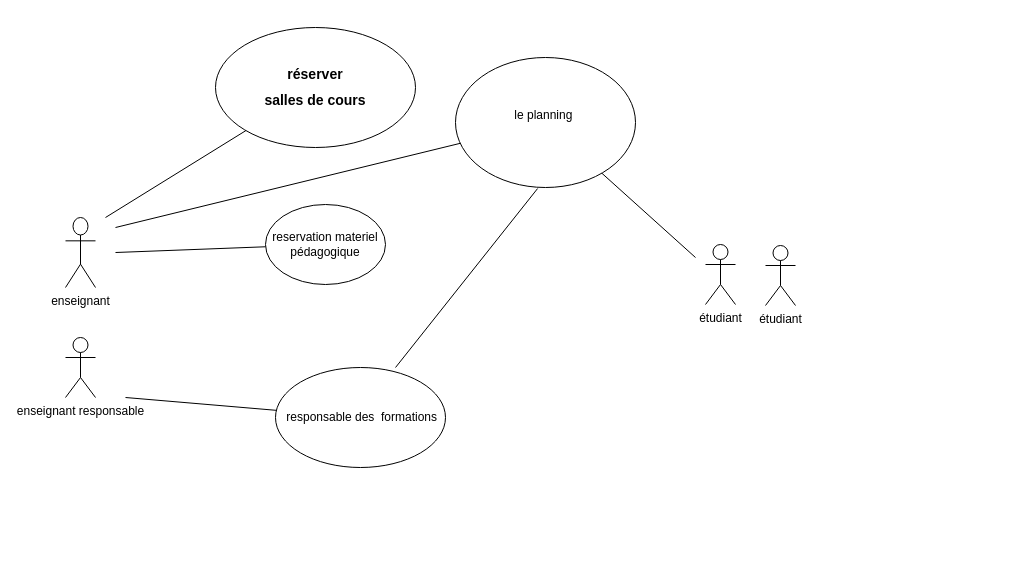
Earlier version of the draw.io diagram Diagramme sans nom.drawio (djn-web/djn-web). Source tidied: cells renumbered, new cells numbered last; positions are measured from the earlier drawing's top-left corner, leaving out a move shared by most shapes. Both pictures are drawn from the tidied source at 100%, with x=0, y=0 at pixel (65, 27).
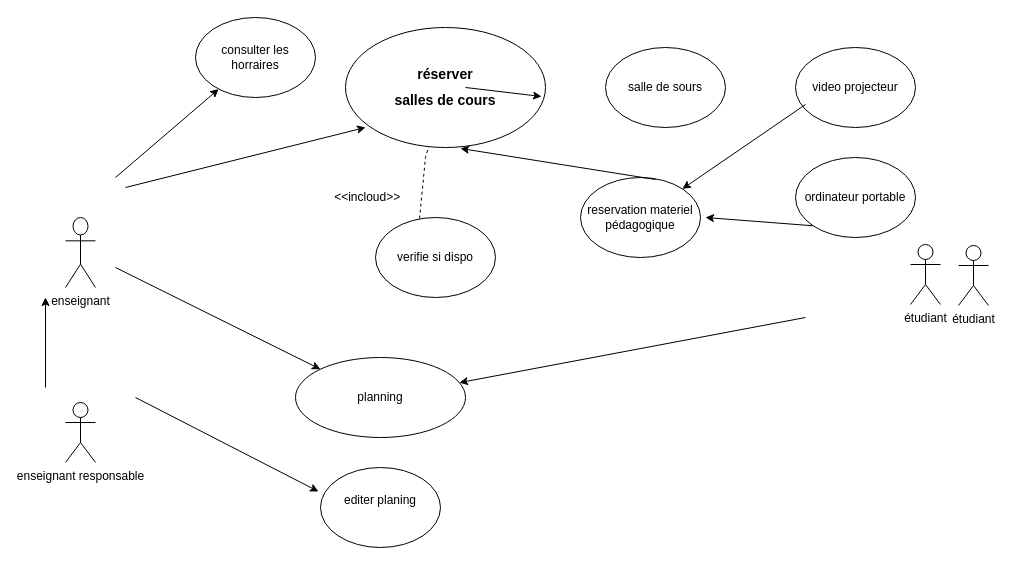
Above is the later version.

Commit message:
Mettre à jour Diagramme sans nom.drawio

The edit, as a diff of the source:
```diff
@@
     <mxCell id="3" value="étudiant " style="shape=umlActor;verticalLabelPosition=bottom;verticalAlign=top;html=1;" parent="1" vertex="1">
-      <mxGeometry x="640" y="217" width="30" height="60" as="geometry" />
+      <mxGeometry x="845" y="217" width="30" height="60" as="geometry" />
     </mxCell>
     <mxCell id="4" value="étudiant " style="shape=umlActor;verticalLabelPosition=bottom;verticalAlign=top;html=1;" parent="1" vertex="1">
-      <mxGeometry x="700" y="218" width="30" height="60" as="geometry" />
+      <mxGeometry x="893" y="218" width="30" height="60" as="geometry" />
     </mxCell>
@@
     <mxCell id="6" value="&lt;h1 style=&quot;font-size: 14px;&quot;&gt;&lt;font style=&quot;font-size: 14px;&quot; face=&quot;Helvetica&quot;&gt;réserver &lt;br&gt;&lt;/font&gt;&lt;/h1&gt;&lt;h1 style=&quot;font-size: 14px;&quot;&gt;&lt;font style=&quot;font-size: 14px;&quot; face=&quot;G7mMHXs2J9Hv7BV88-Xc&quot;&gt;salles de cours&lt;/font&gt;&lt;/h1&gt;" style="ellipse;whiteSpace=wrap;html=1;" parent="1" vertex="1">
-      <mxGeometry x="150" width="200" height="120" as="geometry" />
+      <mxGeometry x="280" width="200" height="120" as="geometry" />
     </mxCell>
     <mxCell id="7" value="reservation materiel pédagogique " style="ellipse;whiteSpace=wrap;html=1;" parent="1" vertex="1">
-      <mxGeometry x="200" y="177" width="120" height="80" as="geometry" />
+      <mxGeometry x="515" y="150" width="120" height="80" as="geometry" />
     </mxCell>
-    <mxCell id="8" value="&lt;div&gt;le planning&amp;nbsp;&lt;/div&gt;&lt;div&gt;&lt;br&gt; &lt;/div&gt;" style="ellipse;whiteSpace=wrap;html=1;" parent="1" vertex="1">
-      <mxGeometry x="390" y="30" width="180" height="130" as="geometry" />
-    </mxCell>
-    <mxCell id="9" value="&lt;div&gt;&amp;nbsp;responsable des&amp;nbsp; formations&lt;/div&gt;" style="ellipse;whiteSpace=wrap;html=1;" parent="1" vertex="1">
-      <mxGeometry x="210" y="340" width="170" height="100" as="geometry" />
-    </mxCell>
-    <mxCell id="10" style="endArrow=none;html=1;rounded=0;" parent="1" edge="1" target="6">
-      <mxGeometry relative="1" as="geometry">
-        <mxPoint x="40" y="190" as="sourcePoint" />
-      </mxGeometry>
-    </mxCell>
-    <mxCell id="11" style="endArrow=none;html=1;rounded=0;" parent="1" edge="1" target="7">
-      <mxGeometry relative="1" as="geometry">
-        <mxPoint x="50" y="225" as="sourcePoint" />
-      </mxGeometry>
-    </mxCell>
-    <mxCell id="12" style="endArrow=none;html=1;rounded=0;" parent="1" edge="1" target="8">
-      <mxGeometry relative="1" as="geometry">
-        <mxPoint x="630" y="230" as="sourcePoint" />
-      </mxGeometry>
-    </mxCell>
-    <mxCell id="13" style="endArrow=none;html=1;rounded=0;" parent="1" edge="1" source="9">
-      <mxGeometry relative="1" as="geometry">
-        <mxPoint x="60" y="370" as="targetPoint" />
-      </mxGeometry>
-    </mxCell>
-    <mxCell id="14" style="endArrow=none;html=1;rounded=0;" parent="1" edge="1" target="8">
-      <mxGeometry relative="1" as="geometry">
-        <mxPoint x="50" y="200" as="sourcePoint" />
-      </mxGeometry>
-    </mxCell>
     <mxCell id="15" value="enseignant responsable" style="shape=umlActor;verticalLabelPosition=bottom;verticalAlign=top;html=1;" parent="1" vertex="1">
-      <mxGeometry y="310" width="30" height="60" as="geometry" />
+      <mxGeometry y="375" width="30" height="60" as="geometry" />
     </mxCell>
-    <mxCell id="16" style="endArrow=none;html=1;rounded=0;exitX=0.706;exitY=0;exitDx=0;exitDy=0;exitPerimeter=0;entryX=0.456;entryY=1.008;entryDx=0;entryDy=0;entryPerimeter=0;" parent="1" edge="1" source="9" target="8">
-      <mxGeometry relative="1" as="geometry" />
-    </mxCell>
+    <mxCell id="17" style="endArrow=classic;html=1;rounded=0;exitX=0.625;exitY=0.025;exitDx=0;exitDy=0;exitPerimeter=0;entryX=0.575;entryY=1.008;entryDx=0;entryDy=0;entryPerimeter=0;" parent="1" edge="1" source="7" target="6">
+      <mxGeometry relative="1" as="geometry" />
+    </mxCell>
+    <mxCell id="18" style="endArrow=classic;html=1;rounded=0;entryX=0.98;entryY=0.575;entryDx=0;entryDy=0;entryPerimeter=0;" parent="1" edge="1" target="6">
+      <mxGeometry relative="1" as="geometry">
+        <mxPoint x="400" y="60" as="sourcePoint" />
+      </mxGeometry>
+    </mxCell>
+    <mxCell id="19" style="endArrow=classic;html=1;rounded=0;entryX=0.1;entryY=0.833;entryDx=0;entryDy=0;entryPerimeter=0;" parent="1" edge="1" target="6">
+      <mxGeometry relative="1" as="geometry">
+        <mxPoint x="60" y="160" as="sourcePoint" />
+      </mxGeometry>
+    </mxCell>
+    <mxCell id="20" value="salle de sours" style="ellipse;whiteSpace=wrap;html=1;" parent="1" vertex="1">
+      <mxGeometry x="540" y="20" width="120" height="80" as="geometry" />
+    </mxCell>
+    <mxCell id="21" value="planning " style="ellipse;whiteSpace=wrap;html=1;" parent="1" vertex="1">
+      <mxGeometry x="230" y="330" width="170" height="80" as="geometry" />
+    </mxCell>
+    <mxCell id="22" style="endArrow=none;dashed=1;html=1;rounded=0;exitX=0.367;exitY=0.013;exitDx=0;exitDy=0;exitPerimeter=0;" parent="1" edge="1" source="34" target="6">
+      <mxGeometry relative="1" as="geometry">
+        <Array as="points">
+          <mxPoint x="360" y="130" />
+        </Array>
+      </mxGeometry>
+    </mxCell>
+    <mxCell id="23" value="&amp;lt;&amp;lt;incloud&amp;gt;&amp;gt;&amp;nbsp;&amp;nbsp;&amp;nbsp;&amp;nbsp;&amp;nbsp; " style="text;html=1;align=center;verticalAlign=middle;strokeColor=none;fillColor=none;" parent="1" vertex="1">
+      <mxGeometry x="255" y="155" width="110" height="30" as="geometry" />
+    </mxCell>
+    <mxCell id="24" style="endArrow=classic;html=1;rounded=0;entryX=0;entryY=0;entryDx=0;entryDy=0;" parent="1" edge="1" target="21">
+      <mxGeometry relative="1" as="geometry">
+        <mxPoint x="50" y="240" as="sourcePoint" />
+      </mxGeometry>
+    </mxCell>
+    <mxCell id="25" style="endArrow=classic;html=1;rounded=0;" parent="1" edge="1" target="21">
+      <mxGeometry relative="1" as="geometry">
+        <mxPoint x="740" y="290" as="sourcePoint" />
+      </mxGeometry>
+    </mxCell>
+    <mxCell id="26" value="&lt;div&gt;editer planing&lt;/div&gt;&lt;div&gt;&lt;br&gt;&lt;/div&gt;" style="ellipse;whiteSpace=wrap;html=1;" parent="1" vertex="1">
+      <mxGeometry x="255" y="440" width="120" height="80" as="geometry" />
+    </mxCell>
+    <mxCell id="27" style="endArrow=classic;html=1;rounded=0;" parent="1" edge="1">
+      <mxGeometry relative="1" as="geometry">
+        <mxPoint x="70" y="370" as="sourcePoint" />
+        <mxPoint x="253" y="464" as="targetPoint" />
+      </mxGeometry>
+    </mxCell>
+    <mxCell id="28" value="video projecteur" style="ellipse;whiteSpace=wrap;html=1;" parent="1" vertex="1">
+      <mxGeometry x="730" y="20" width="120" height="80" as="geometry" />
+    </mxCell>
+    <mxCell id="29" value="ordinateur portable " style="ellipse;whiteSpace=wrap;html=1;" parent="1" vertex="1">
+      <mxGeometry x="730" y="130" width="120" height="80" as="geometry" />
+    </mxCell>
+    <mxCell id="30" style="endArrow=classic;html=1;rounded=0;exitX=0.083;exitY=0.713;exitDx=0;exitDy=0;exitPerimeter=0;" parent="1" edge="1" source="28" target="7">
+      <mxGeometry relative="1" as="geometry" />
+    </mxCell>
+    <mxCell id="31" style="endArrow=classic;html=1;rounded=0;exitX=0;exitY=1;exitDx=0;exitDy=0;" parent="1" edge="1" source="29">
+      <mxGeometry relative="1" as="geometry">
+        <mxPoint x="640" y="190" as="targetPoint" />
+      </mxGeometry>
+    </mxCell>
+    <mxCell id="32" style="endArrow=classic;html=1;rounded=0;" parent="1" edge="1" source="34">
+      <mxGeometry relative="1" as="geometry">
+        <mxPoint x="370" y="190" as="targetPoint" />
+      </mxGeometry>
+    </mxCell>
+    <mxCell id="33" style="endArrow=classic;html=1;rounded=0;" parent="1" edge="1" target="34">
+      <mxGeometry relative="1" as="geometry">
+        <mxPoint x="320" y="240" as="sourcePoint" />
+      </mxGeometry>
+    </mxCell>
+    <mxCell id="34" value="verifie si dispo" style="ellipse;whiteSpace=wrap;html=1;" parent="1" vertex="1">
+      <mxGeometry x="310" y="190" width="120" height="80" as="geometry" />
+    </mxCell>
+    <mxCell id="35" style="endArrow=classic;html=1;rounded=0;" parent="1" edge="1">
+      <mxGeometry relative="1" as="geometry">
+        <mxPoint x="-20" y="360" as="sourcePoint" />
+        <mxPoint x="-20" y="270" as="targetPoint" />
+      </mxGeometry>
+    </mxCell>
+    <mxCell id="36" value="consulter les horraires" style="ellipse;whiteSpace=wrap;html=1;" parent="1" vertex="1">
+      <mxGeometry x="130" y="-10" width="120" height="80" as="geometry" />
+    </mxCell>
+    <mxCell id="37" style="endArrow=classic;html=1;rounded=0;" parent="1" edge="1" target="36">
+      <mxGeometry relative="1" as="geometry">
+        <mxPoint x="50" y="150" as="sourcePoint" />
+      </mxGeometry>
+    </mxCell>
```
